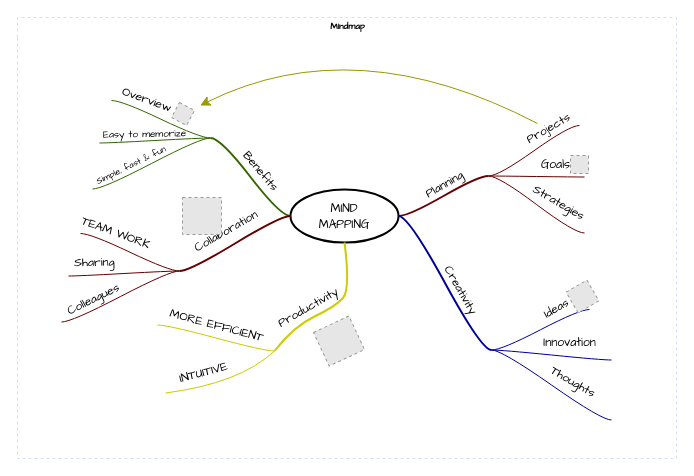
Before: YOLO.drawio in Jess0929/DataSciencePython, a draw.io diagram. Source tidied: cells renumbered, new cells numbered last; positions are measured from the earlier drawing's top-left corner, leaving out a move shared by most shapes. Both pictures are drawn from the tidied source at 100%, with x=0, y=0 at pixel (17, 17). Pictures stored in the file or linked from it are replaced by grey dashed boxes.
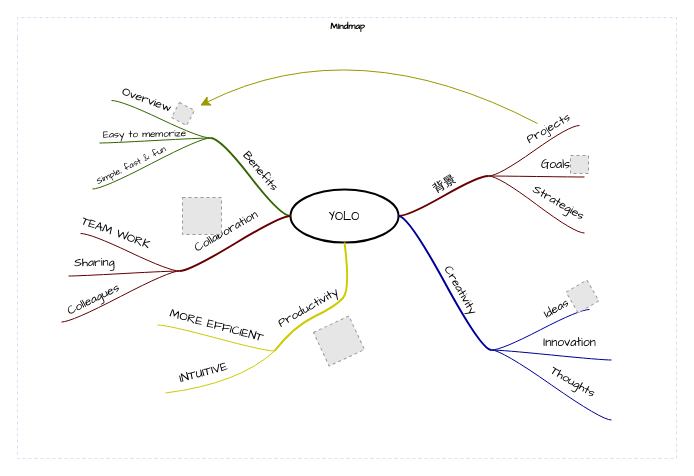
Above is the later version.

Unchanged cells that the change refers to:
```xml
<mxCell id="2" value="Mindmap" style="swimlane;html=1;startSize=20;horizontal=1;containerType=tree;labelBackgroundColor=none;strokeColor=#D4E1F5;strokeWidth=1;fillColor=none;fontFamily=Comic Sans MS;fontSize=9;swimlaneLine=0;dashed=1;" parent="1" vertex="1">
  <mxGeometry width="659" height="441" as="geometry" />
</mxCell>
<mxCell id="5" style="edgeStyle=entityRelationEdgeStyle;startArrow=none;endArrow=none;segment=10;curved=1;strokeWidth=2;strokeColor=#660000;rounded=0;fontSize=12;startSize=8;endSize=8;" parent="2" edge="1" source="3" target="4">
  <mxGeometry relative="1" as="geometry" />
</mxCell>
```

Diff of the diagram source:
```diff
@@
-    <mxCell id="3" value="&lt;font face=&quot;Comic Sans MS&quot;&gt;MIND&lt;br&gt;MAPPING&lt;/font&gt;" style="ellipse;whiteSpace=wrap;html=1;align=center;strokeWidth=2;" parent="2" vertex="1">
+    <mxCell id="3" value="&lt;font face=&quot;Comic Sans MS&quot;&gt;YOLO&lt;/font&gt;" style="ellipse;whiteSpace=wrap;html=1;align=center;strokeWidth=2;" parent="2" vertex="1">
       <mxGeometry x="273" y="172" width="108" height="53" as="geometry" />
     </mxCell>
@@
-    <mxCell id="6" value="Planning" style="text;html=1;align=center;verticalAlign=middle;labelBackgroundColor=none;rotation=-30;fontFamily=Comic Sans MS;" parent="5" vertex="1">
+    <mxCell id="6" value="背景" style="text;html=1;align=center;verticalAlign=middle;labelBackgroundColor=none;rotation=-30;fontFamily=Comic Sans MS;" parent="5" vertex="1">
       <mxGeometry x="0.02" y="2" relative="1" as="geometry">
         <mxPoint x="1" y="-9" as="offset" />
       </mxGeometry>
     </mxCell>
```
